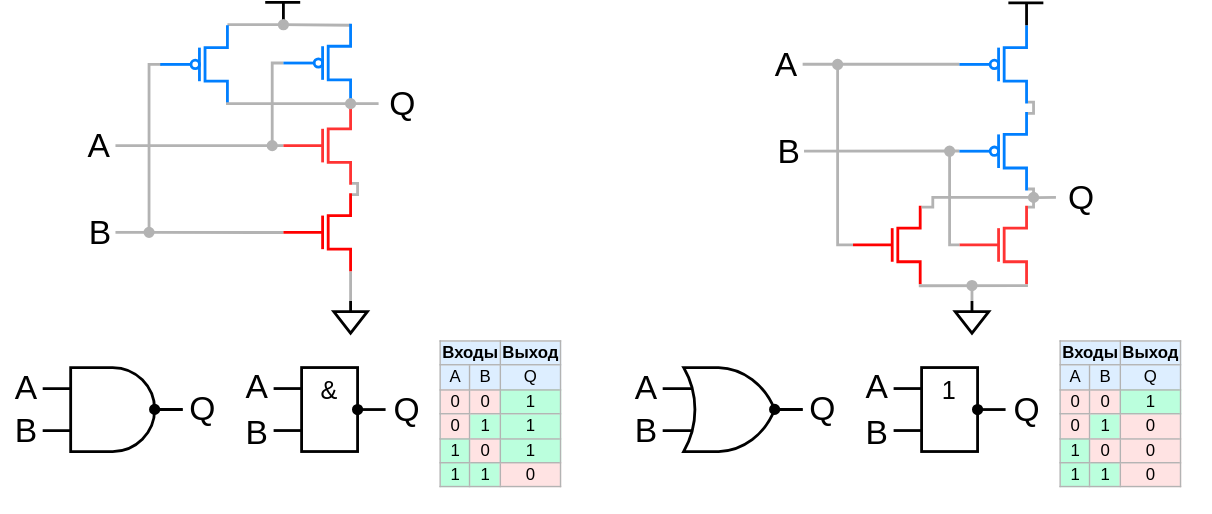
The draw.io diagram .pic/Introduction/How FPGA works/fig_06.drawio.svg in MPSU/APS, before a commit. Source tidied: cells renumbered, new cells last; positions are measured from the earlier drawing's top-left corner, leaving out a move shared by most shapes.
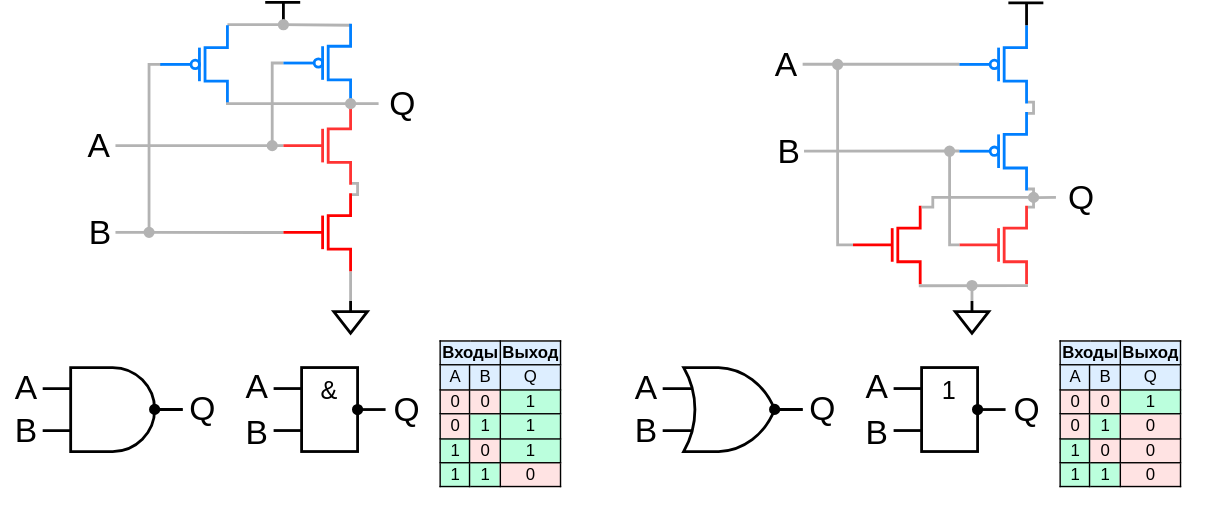
The same file after the commit.

The edit, as a diff of the source:
```diff
@@ -463,7 +463,7 @@
     <mxCell id="73" value="&lt;font style=&quot;font-size: 18px;&quot;&gt;&amp;amp;&lt;/font&gt;" style="rounded=0;whiteSpace=wrap;html=1;horizontal=1;verticalAlign=top;strokeWidth=2;" parent="1" vertex="1">
       <mxGeometry x="215" y="261" width="40" height="60" as="geometry" />
     </mxCell>
-    <mxCell id="74" value="&lt;table border=&quot;1&quot; class=&quot;wikitable&quot; style=&quot;float: right; text-align: center; border: 1px solid rgb(179, 179, 179); border-collapse: collapse;&quot;&gt;&lt;tbody&gt;&lt;tr style=&quot;background:#def;&quot;&gt;&lt;td colspan=&quot;2&quot;&gt;&lt;b&gt;Входы&lt;/b&gt;&lt;/td&gt;&lt;td&gt;&lt;b&gt;Выход&lt;/b&gt;&lt;br&gt;&lt;/td&gt;&lt;/tr&gt;&lt;tr style=&quot;background:#def;&quot;&gt;&lt;td&gt;A&lt;/td&gt;&lt;td&gt;B&lt;/td&gt;&lt;td&gt;Q&lt;br&gt;&lt;/td&gt;&lt;/tr&gt;&lt;tr&gt;&lt;td style=&quot;background: #FFE3E3; color: black; vertical-align: middle; text-align: center;&quot; class=&quot;table-no2&quot;&gt;0&lt;/td&gt;&lt;td style=&quot;background: #FFE3E3; color: black; vertical-align: middle; text-align: center;&quot; class=&quot;table-no2&quot;&gt;0&lt;/td&gt;&lt;td style=&quot;background: rgb(187, 255, 221); color: black; vertical-align: middle; text-align: center;&quot; class=&quot;table-no2&quot;&gt;1&lt;br&gt;&lt;/td&gt;&lt;/tr&gt;&lt;tr&gt;&lt;td style=&quot;background: #FFE3E3; color: black; vertical-align: middle; text-align: center;&quot; class=&quot;table-no2&quot;&gt;0&lt;/td&gt;&lt;td style=&quot;background:#bfd; color:black; vertical-align:middle; text-align:center;&quot; class=&quot;table-yes2&quot;&gt;1&lt;/td&gt;&lt;td border=&quot;1&quot; style=&quot;background: rgb(187, 255, 221); color: black; vertical-align: middle; text-align: center; border-collapse: collapse;&quot; class=&quot;table-no2&quot;&gt;&lt;span style=&quot;&quot;&gt;1&lt;/span&gt;&lt;br&gt;&lt;/td&gt;&lt;/tr&gt;&lt;tr&gt;&lt;td style=&quot;background:#bfd; color:black; vertical-align:middle; text-align:center;&quot; class=&quot;table-yes2&quot;&gt;1&lt;/td&gt;&lt;td style=&quot;background: #FFE3E3; color: black; vertical-align: middle; text-align: center;&quot; class=&quot;table-no2&quot;&gt;0&lt;/td&gt;&lt;td style=&quot;background: rgb(187, 255, 221); color: black; vertical-align: middle; text-align: center;&quot; class=&quot;table-no2&quot;&gt;1&lt;br&gt;&lt;/td&gt;&lt;/tr&gt;&lt;tr&gt;&lt;td style=&quot;background:#bfd; color:black; vertical-align:middle; text-align:center;&quot; class=&quot;table-yes2&quot;&gt;1&lt;/td&gt;&lt;td style=&quot;background:#bfd; color:black; vertical-align:middle; text-align:center;&quot; class=&quot;table-yes2&quot;&gt;1&lt;/td&gt;&lt;td style=&quot;background: rgb(255, 227, 227); color: black; vertical-align: middle; text-align: center;&quot; class=&quot;table-yes2&quot;&gt;0&lt;br&gt;&lt;/td&gt;&lt;/tr&gt;&lt;/tbody&gt;&lt;/table&gt;" style="text;whiteSpace=wrap;html=1;strokeColor=none;" parent="1" vertex="1">
+    <mxCell id="74" value="&lt;table border=&quot;1&quot; class=&quot;wikitable&quot; style=&quot;float: right; text-align: center; border: 1px solid rgb(0, 0, 0); border-collapse: collapse;&quot;&gt;&lt;tbody&gt;&lt;tr style=&quot;background:#def;&quot;&gt;&lt;td colspan=&quot;2&quot; style=&quot;border: 1px solid rgb(0, 0, 0);&quot;&gt;&lt;b&gt;Входы&lt;/b&gt;&lt;/td&gt;&lt;td style=&quot;border: 1px solid rgb(0, 0, 0);&quot;&gt;&lt;b&gt;Выход&lt;/b&gt;&lt;br&gt;&lt;/td&gt;&lt;/tr&gt;&lt;tr style=&quot;background:#def;&quot;&gt;&lt;td style=&quot;border: 1px solid rgb(0, 0, 0);&quot;&gt;A&lt;/td&gt;&lt;td style=&quot;border: 1px solid rgb(0, 0, 0);&quot;&gt;B&lt;/td&gt;&lt;td style=&quot;border: 1px solid rgb(0, 0, 0);&quot;&gt;Q&lt;br&gt;&lt;/td&gt;&lt;/tr&gt;&lt;tr&gt;&lt;td style=&quot;background: #FFE3E3; color: black; vertical-align: middle; text-align: center; border: 1px solid rgb(0, 0, 0);&quot; class=&quot;table-no2&quot;&gt;0&lt;/td&gt;&lt;td style=&quot;background: #FFE3E3; color: black; vertical-align: middle; text-align: center; border: 1px solid rgb(0, 0, 0);&quot; class=&quot;table-no2&quot;&gt;0&lt;/td&gt;&lt;td style=&quot;background: rgb(187, 255, 221); color: black; vertical-align: middle; text-align: center; border: 1px solid rgb(0, 0, 0);&quot; class=&quot;table-no2&quot;&gt;1&lt;br&gt;&lt;/td&gt;&lt;/tr&gt;&lt;tr&gt;&lt;td style=&quot;background: #FFE3E3; color: black; vertical-align: middle; text-align: center; border: 1px solid rgb(0, 0, 0);&quot; class=&quot;table-no2&quot;&gt;0&lt;/td&gt;&lt;td style=&quot;background:#bfd; color:black; vertical-align:middle; text-align:center; border: 1px solid rgb(0, 0, 0);&quot; class=&quot;table-yes2&quot;&gt;1&lt;/td&gt;&lt;td border=&quot;1&quot; style=&quot;background: rgb(187, 255, 221); color: black; vertical-align: middle; text-align: center; border-collapse: collapse; border: 1px solid rgb(0, 0, 0);&quot; class=&quot;table-no2&quot;&gt;&lt;span style=&quot;&quot;&gt;1&lt;/span&gt;&lt;br&gt;&lt;/td&gt;&lt;/tr&gt;&lt;tr&gt;&lt;td style=&quot;background:#bfd; color:black; vertical-align:middle; text-align:center; border: 1px solid rgb(0, 0, 0);&quot; class=&quot;table-yes2&quot;&gt;1&lt;/td&gt;&lt;td style=&quot;background: #FFE3E3; color: black; vertical-align: middle; text-align: center; border: 1px solid rgb(0, 0, 0);&quot; class=&quot;table-no2&quot;&gt;0&lt;/td&gt;&lt;td style=&quot;background: rgb(187, 255, 221); color: black; vertical-align: middle; text-align: center; border: 1px solid rgb(0, 0, 0);&quot; class=&quot;table-no2&quot;&gt;1&lt;br&gt;&lt;/td&gt;&lt;/tr&gt;&lt;tr&gt;&lt;td style=&quot;background:#bfd; color:black; vertical-align:middle; text-align:center; border: 1px solid rgb(0, 0, 0);&quot; class=&quot;table-yes2&quot;&gt;1&lt;/td&gt;&lt;td style=&quot;background:#bfd; color:black; vertical-align:middle; text-align:center; border: 1px solid rgb(0, 0, 0);&quot; class=&quot;table-yes2&quot;&gt;1&lt;/td&gt;&lt;td style=&quot;background: rgb(255, 227, 227); color: black; vertical-align: middle; text-align: center; border: 1px solid rgb(0, 0, 0);&quot; class=&quot;table-yes2&quot;&gt;0&lt;br&gt;&lt;/td&gt;&lt;/tr&gt;&lt;/tbody&gt;&lt;/table&gt;" style="text;whiteSpace=wrap;html=1;strokeColor=none;" parent="1" vertex="1">
       <mxGeometry x="312" y="235" width="110" height="130" as="geometry" />
     </mxCell>
     <mxCell id="75" style="edgeStyle=orthogonalEdgeStyle;rounded=0;jettySize=auto;html=1;exitX=1;exitY=0.5;exitDx=0;exitDy=0;endArrow=none;endFill=0;startArrow=oval;startFill=1;startFillColor=#FFFFFF;strokeWidth=2;" parent="1" edge="1" source="73">
@@ -517,7 +517,7 @@
     <mxCell id="86" value="&lt;font style=&quot;font-size: 18px;&quot;&gt;1&lt;/font&gt;" style="rounded=0;whiteSpace=wrap;html=1;horizontal=1;verticalAlign=top;strokeWidth=2;" parent="1" vertex="1">
       <mxGeometry x="658" y="261" width="40" height="60" as="geometry" />
     </mxCell>
-    <mxCell id="87" value="&lt;table border=&quot;1&quot; class=&quot;wikitable&quot; style=&quot;float: right; text-align: center; border: 1px solid rgb(179, 179, 179); border-collapse: collapse;&quot;&gt;&lt;tbody&gt;&lt;tr style=&quot;background:#def;&quot;&gt;&lt;td colspan=&quot;2&quot;&gt;&lt;b&gt;Входы&lt;/b&gt;&lt;/td&gt;&lt;td&gt;&lt;b&gt;Выход&lt;/b&gt;&lt;br&gt;&lt;/td&gt;&lt;/tr&gt;&lt;tr style=&quot;background:#def;&quot;&gt;&lt;td&gt;A&lt;/td&gt;&lt;td&gt;B&lt;/td&gt;&lt;td&gt;Q&lt;br&gt;&lt;/td&gt;&lt;/tr&gt;&lt;tr&gt;&lt;td style=&quot;background: #FFE3E3; color: black; vertical-align: middle; text-align: center;&quot; class=&quot;table-no2&quot;&gt;0&lt;/td&gt;&lt;td style=&quot;background: #FFE3E3; color: black; vertical-align: middle; text-align: center;&quot; class=&quot;table-no2&quot;&gt;0&lt;/td&gt;&lt;td style=&quot;background: rgb(187, 255, 221); color: black; vertical-align: middle; text-align: center;&quot; class=&quot;table-no2&quot;&gt;1&lt;br&gt;&lt;/td&gt;&lt;/tr&gt;&lt;tr&gt;&lt;td style=&quot;background: #FFE3E3; color: black; vertical-align: middle; text-align: center;&quot; class=&quot;table-no2&quot;&gt;0&lt;/td&gt;&lt;td style=&quot;background:#bfd; color:black; vertical-align:middle; text-align:center;&quot; class=&quot;table-yes2&quot;&gt;1&lt;/td&gt;&lt;td border=&quot;1&quot; style=&quot;background: rgb(255, 227, 227); vertical-align: middle; text-align: center; border-collapse: collapse; color: black;&quot; class=&quot;table-no2&quot;&gt;&lt;span style=&quot;&quot;&gt;0&lt;/span&gt;&lt;br&gt;&lt;/td&gt;&lt;/tr&gt;&lt;tr&gt;&lt;td style=&quot;background:#bfd; color:black; vertical-align:middle; text-align:center;&quot; class=&quot;table-yes2&quot;&gt;1&lt;/td&gt;&lt;td style=&quot;background: #FFE3E3; color: black; vertical-align: middle; text-align: center;&quot; class=&quot;table-no2&quot;&gt;0&lt;/td&gt;&lt;td style=&quot;background: rgb(255, 227, 227); color: black; vertical-align: middle; text-align: center;&quot; class=&quot;table-no2&quot;&gt;0&lt;br&gt;&lt;/td&gt;&lt;/tr&gt;&lt;tr&gt;&lt;td style=&quot;background:#bfd; color:black; vertical-align:middle; text-align:center;&quot; class=&quot;table-yes2&quot;&gt;1&lt;/td&gt;&lt;td style=&quot;background:#bfd; color:black; vertical-align:middle; text-align:center;&quot; class=&quot;table-yes2&quot;&gt;1&lt;/td&gt;&lt;td style=&quot;background: rgb(255, 227, 227); color: black; vertical-align: middle; text-align: center;&quot; class=&quot;table-yes2&quot;&gt;0&lt;br&gt;&lt;/td&gt;&lt;/tr&gt;&lt;/tbody&gt;&lt;/table&gt;" style="text;whiteSpace=wrap;html=1;strokeColor=none;" parent="1" vertex="1">
+    <mxCell id="87" value="&lt;table border=&quot;1&quot; class=&quot;wikitable&quot; style=&quot;float: right; text-align: center; border: 1px solid rgb(0, 0, 0); border-collapse: collapse;&quot;&gt;&lt;tbody&gt;&lt;tr style=&quot;background:#def;&quot;&gt;&lt;td colspan=&quot;2&quot; style=&quot;border: 1px solid rgb(0, 0, 0);&quot;&gt;&lt;b&gt;Входы&lt;/b&gt;&lt;/td&gt;&lt;td style=&quot;border: 1px solid rgb(0, 0, 0);&quot;&gt;&lt;b&gt;Выход&lt;/b&gt;&lt;br&gt;&lt;/td&gt;&lt;/tr&gt;&lt;tr style=&quot;background:#def;&quot;&gt;&lt;td style=&quot;border: 1px solid rgb(0, 0, 0);&quot;&gt;A&lt;/td&gt;&lt;td style=&quot;border: 1px solid rgb(0, 0, 0);&quot;&gt;B&lt;/td&gt;&lt;td style=&quot;border: 1px solid rgb(0, 0, 0);&quot;&gt;Q&lt;br&gt;&lt;/td&gt;&lt;/tr&gt;&lt;tr&gt;&lt;td style=&quot;background: #FFE3E3; color: black; vertical-align: middle; text-align: center; border: 1px solid rgb(0, 0, 0);&quot; class=&quot;table-no2&quot;&gt;0&lt;/td&gt;&lt;td style=&quot;background: #FFE3E3; color: black; vertical-align: middle; text-align: center; border: 1px solid rgb(0, 0, 0);&quot; class=&quot;table-no2&quot;&gt;0&lt;/td&gt;&lt;td style=&quot;background: rgb(187, 255, 221); color: black; vertical-align: middle; text-align: center; border: 1px solid rgb(0, 0, 0);&quot; class=&quot;table-no2&quot;&gt;1&lt;br&gt;&lt;/td&gt;&lt;/tr&gt;&lt;tr&gt;&lt;td style=&quot;background: #FFE3E3; color: black; vertical-align: middle; text-align: center; border: 1px solid rgb(0, 0, 0);&quot; class=&quot;table-no2&quot;&gt;0&lt;/td&gt;&lt;td style=&quot;background:#bfd; color:black; vertical-align:middle; text-align:center; border: 1px solid rgb(0, 0, 0);&quot; class=&quot;table-yes2&quot;&gt;1&lt;/td&gt;&lt;td border=&quot;1&quot; style=&quot;background: rgb(255, 227, 227); vertical-align: middle; text-align: center; border-collapse: collapse; color: black; border: 1px solid rgb(0, 0, 0);&quot; class=&quot;table-no2&quot;&gt;&lt;span style=&quot;&quot;&gt;0&lt;/span&gt;&lt;br&gt;&lt;/td&gt;&lt;/tr&gt;&lt;tr&gt;&lt;td style=&quot;background:#bfd; color:black; vertical-align:middle; text-align:center; border: 1px solid rgb(0, 0, 0);&quot; class=&quot;table-yes2&quot;&gt;1&lt;/td&gt;&lt;td style=&quot;background: #FFE3E3; color: black; vertical-align: middle; text-align: center; border: 1px solid rgb(0, 0, 0);&quot; class=&quot;table-no2&quot;&gt;0&lt;/td&gt;&lt;td style=&quot;background: rgb(255, 227, 227); color: black; vertical-align: middle; text-align: center; border: 1px solid rgb(0, 0, 0);&quot; class=&quot;table-no2&quot;&gt;0&lt;br&gt;&lt;/td&gt;&lt;/tr&gt;&lt;tr&gt;&lt;td style=&quot;background:#bfd; color:black; vertical-align:middle; text-align:center; border: 1px solid rgb(0, 0, 0);&quot; class=&quot;table-yes2&quot;&gt;1&lt;/td&gt;&lt;td style=&quot;background:#bfd; color:black; vertical-align:middle; text-align:center; border: 1px solid rgb(0, 0, 0);&quot; class=&quot;table-yes2&quot;&gt;1&lt;/td&gt;&lt;td style=&quot;background: rgb(255, 227, 227); color: black; vertical-align: middle; text-align: center; border: 1px solid rgb(0, 0, 0);&quot; class=&quot;table-yes2&quot;&gt;0&lt;br&gt;&lt;/td&gt;&lt;/tr&gt;&lt;/tbody&gt;&lt;/table&gt;" style="text;whiteSpace=wrap;html=1;strokeColor=none;" parent="1" vertex="1">
       <mxGeometry x="755" y="235" width="110" height="130" as="geometry" />
     </mxCell>
     <mxCell id="88" style="edgeStyle=orthogonalEdgeStyle;rounded=0;jettySize=auto;html=1;exitX=1;exitY=0.5;exitDx=0;exitDy=0;endArrow=none;endFill=0;startArrow=oval;startFill=1;startFillColor=#FFFFFF;strokeWidth=2;" parent="1" edge="1" source="86">
```
